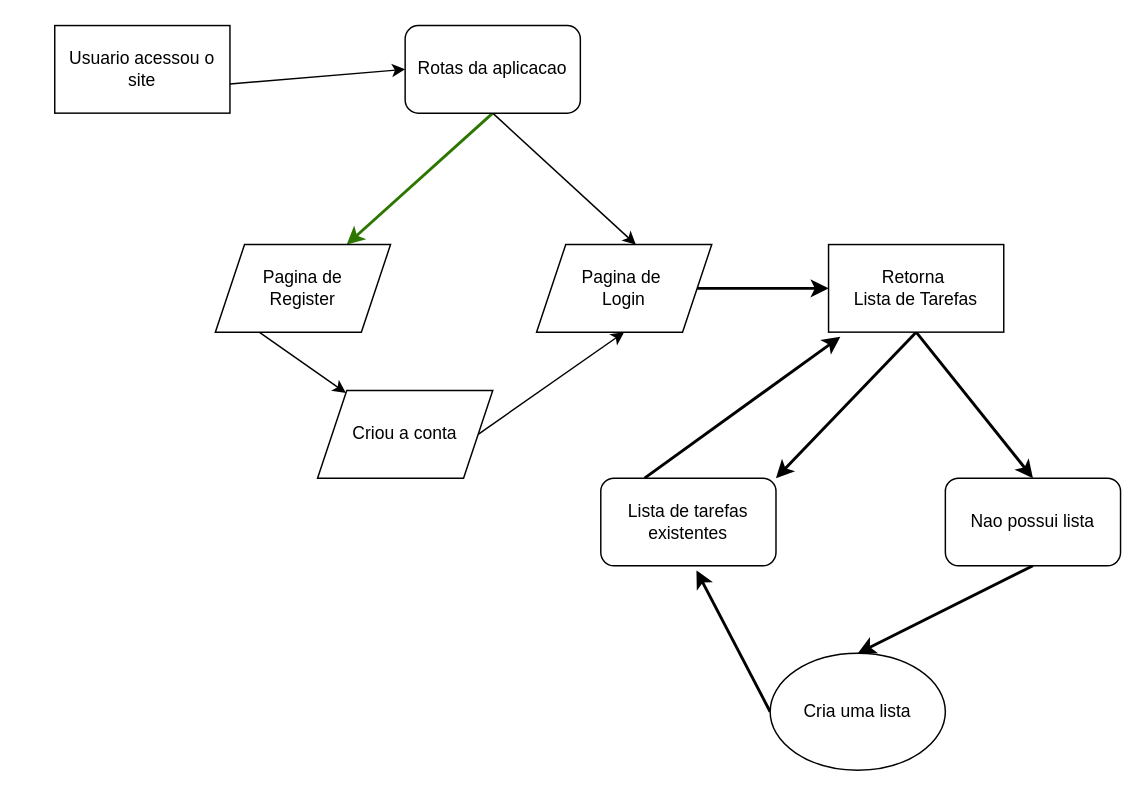
Above: template.drawio in PedroVictor022/todoList-auth (draw.io), before the change. Source tidied: cells renumbered, new cells numbered last; positions are measured from the earlier drawing's top-left corner, leaving out a move shared by most shapes. Both pictures are drawn from the tidied source at 146%, with x=0, y=0 at pixel (54, 25).
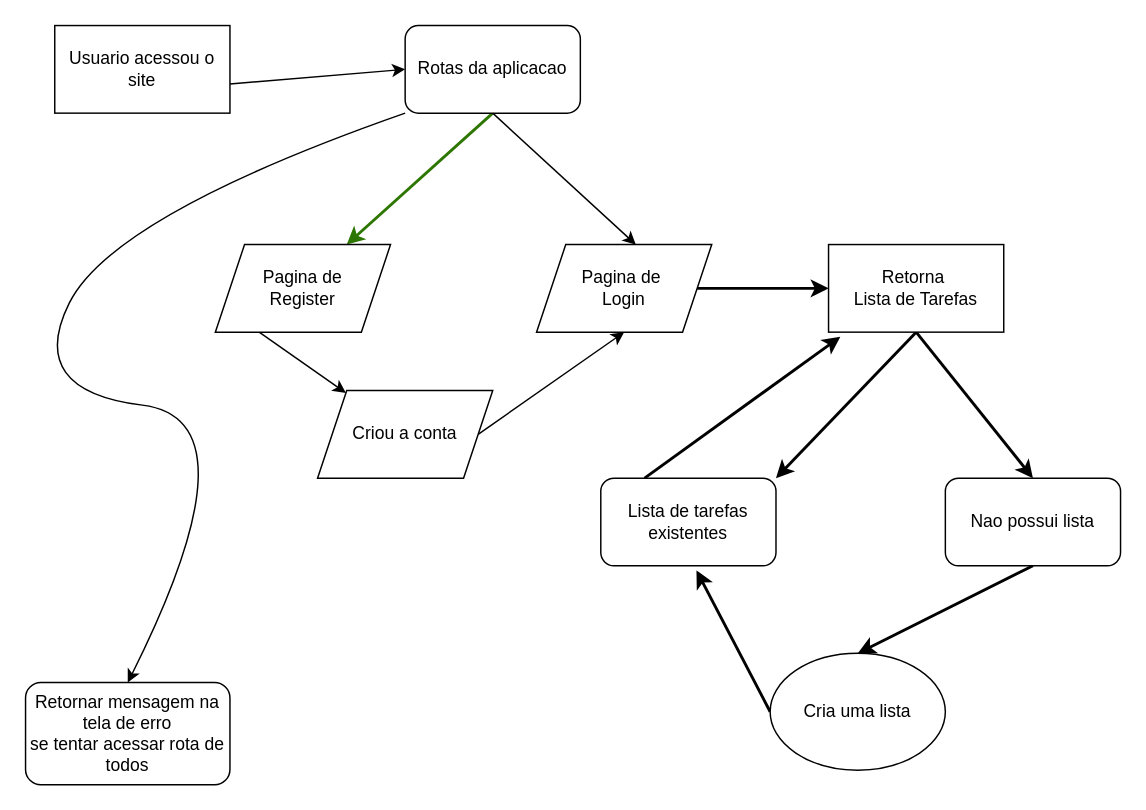
The same diagram, later.

Unchanged cells that the change refers to:
```xml
<mxCell id="5" value="Rotas da aplicacao" style="rounded=1;whiteSpace=wrap;html=1;" parent="1" vertex="1">
  <mxGeometry x="240" width="120" height="60" as="geometry" />
</mxCell>
```

Change to the diagram source:
```diff
@@
+    <mxCell id="22" value="Retornar mensagem na tela de erro&lt;br&gt;se tentar acessar rota de todos" style="rounded=1;whiteSpace=wrap;html=1;" parent="1" vertex="1">
+      <mxGeometry x="-20" y="450" width="140" height="70" as="geometry" />
+    </mxCell>
+    <mxCell id="23" style="curved=1;endArrow=classic;html=1;exitX=0;exitY=1;exitDx=0;exitDy=0;entryX=0.5;entryY=0;entryDx=0;entryDy=0;" parent="1" edge="1" source="5" target="22">
+      <mxGeometry relative="1" as="geometry">
+        <Array as="points">
+          <mxPoint x="40" y="130" />
+          <mxPoint x="-20" y="250" />
+          <mxPoint x="140" y="270" />
+        </Array>
+      </mxGeometry>
+    </mxCell>
```
